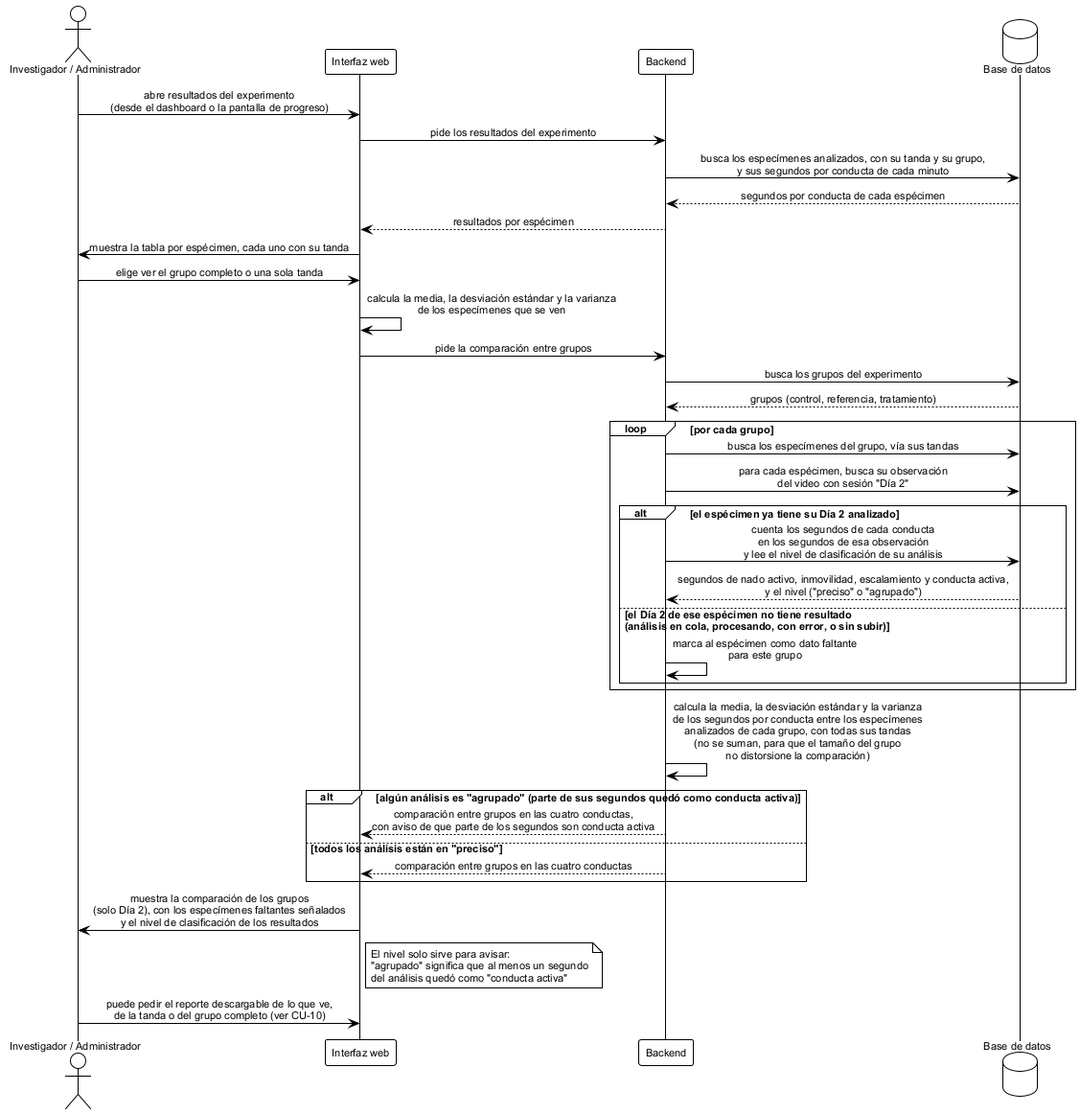
Before: figures/mermaid/seq_consulta_resultados.png, a diagram exported from PlantUML (ErickJester/fst-ai-system-latex).
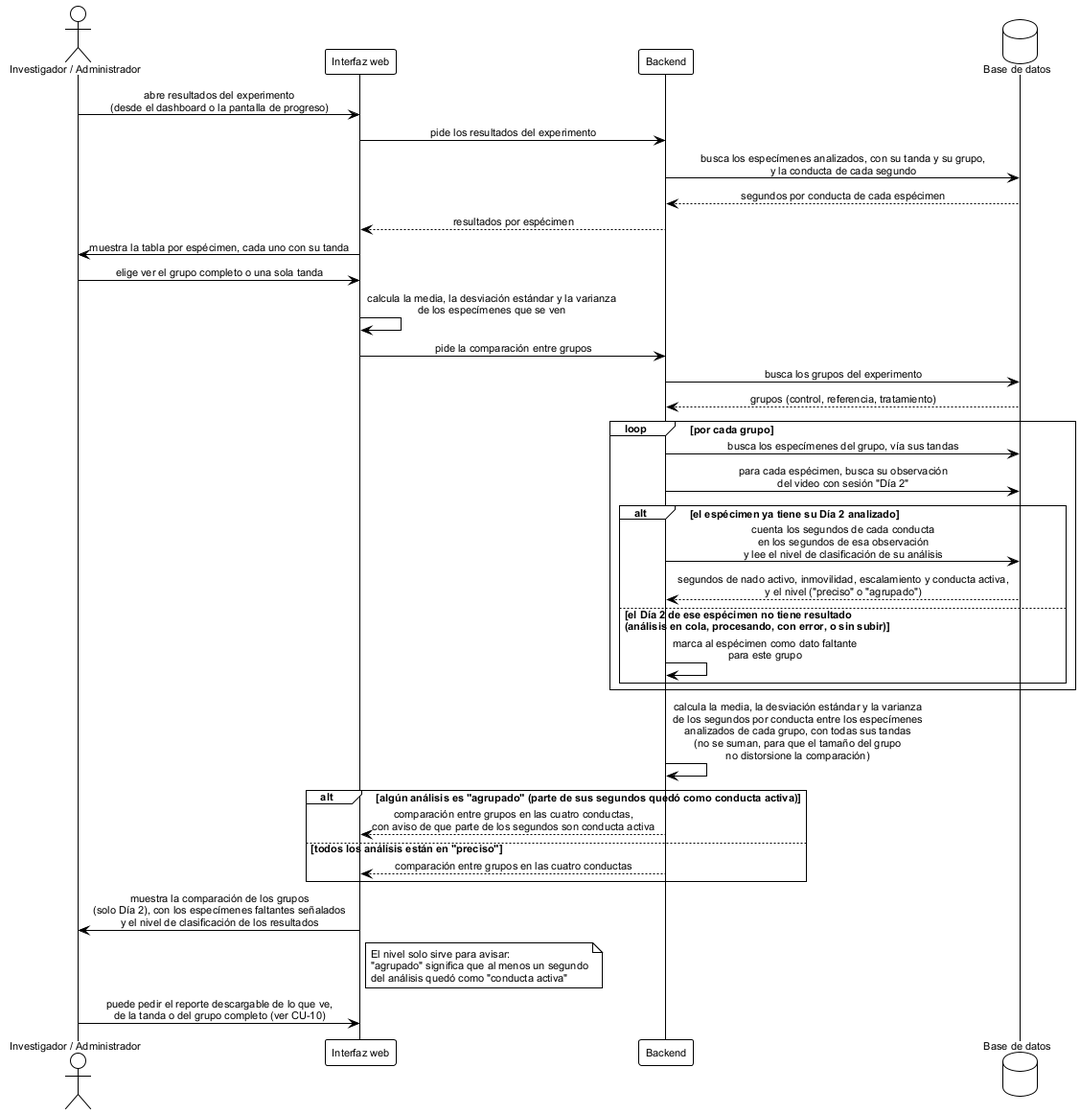
After the change.

Diff of the diagram source:
```diff
@@ -14,7 +14,7 @@
 
 inv -> ui: abre resultados del experimento\n(desde el dashboard o la pantalla de progreso)
 ui -> api: pide los resultados del experimento
-api -> db: busca los especímenes analizados, con su tanda y su grupo,\ny sus segundos por conducta de cada minuto
+api -> db: busca los especímenes analizados, con su tanda y su grupo,\ny la conducta de cada segundo
 db --> api: segundos por conducta de cada espécimen
 api --> ui: resultados por espécimen
 ui -> inv: muestra la tabla por espécimen, cada uno con su tanda
```
